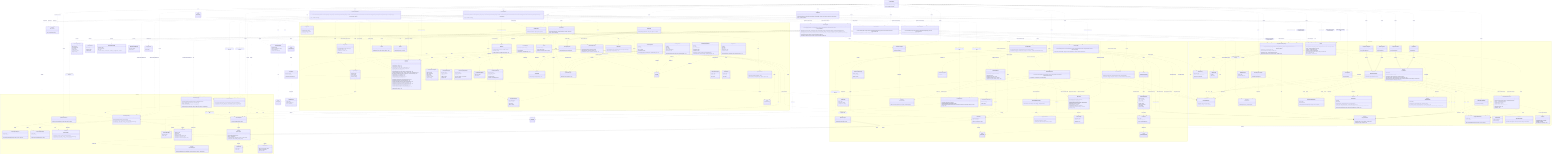
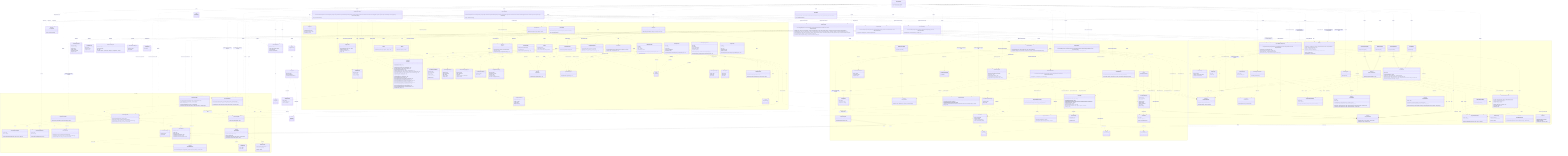
%% Authoritative, system-wide contract chart: every class and every relationship,
%% including the cross-domain interactions between modules.
%% For focused, per-domain views (intra-domain relationships only), see
%% docs/contracts/domains/ (one chart per domain + a README).
classDiagram
  direction TB

  class LicenseWizard {
    +LicenseWizard(args: string[])
    +run() Promise~Answer[]~
  }

  class IWizardMode {
    <<interface>>
    +run() Promise~Answer[]~
  }

  class InteractiveMode {
    +InteractiveMode(licenses: LicenseRepository, config: Config, manifests: ProjectManifestRepository, installer: LicenseInstaller, generator: LicenseGenerator, headers: HeaderApplier, renderer: IRenderer, reporter: IReporter, flags: WizardFlags)
    +run() Promise~Answer[]~
  }

  class NonInteractiveMode {
    +NonInteractiveMode(licenses: LicenseRepository, config: Config, manifests: ProjectManifestRepository, installer: LicenseInstaller, generator: LicenseGenerator, headers: HeaderApplier, reporter: IReporter, flags: WizardFlags, saveTargetByFlag: Record~string, string~)
    +run() Promise~Answer[]~
  }

  class VerifyMode {
    +VerifyMode(verifier: LicenseVerifier, headerVerifier: HeaderVerifier, config: Config, reporter: IReporter, strict: boolean)
    +run() Promise~Answer[]~
  }

  class WizardFlags {
    <<type>>
  }

  class HeaderApplier {
    +HeaderApplier(licenses: LicenseRepository, reader: IFileSystemReader & IPathResolver, writer: IFileSystemWriter)
-     +apply(licenseId: string, style: HeaderStyle, tokens: Record~string, string~, extraIgnores: string[]) Promise~HeaderApplyReport~
-     +preview(licenseId: string, style: HeaderStyle, tokens: Record~string, string~, extraIgnores: string[]) Promise~HeaderPreview | null~
-     +forceApply(licenseId: string, style: HeaderStyle, tokens: Record~string, string~, file: string, options?: object) Promise~HeaderForceReport~
+     +apply(licenseId: string, style: HeaderStyle, comment: HeaderComment, tokens: Record~string, string~, extraIgnores: string[]) Promise~HeaderApplyReport~
+     +preview(licenseId: string, style: HeaderStyle, comment: HeaderComment, tokens: Record~string, string~, extraIgnores: string[]) Promise~HeaderPreview | null~
+     +forceApply(licenseId: string, style: HeaderStyle, comment: HeaderComment, tokens: Record~string, string~, file: string, options?: object) Promise~HeaderForceReport~
    +remove(extraIgnores: string[]) Promise~HeaderRemovalReport~
    +previewRemoval(extraIgnores: string[]) Promise~HeaderRemovalReport~
  }

  class HeaderApplyReport {
    +licenseId: string
    +style: HeaderStyle
    +total: number
    +written: number
    +unchanged: number
    +skipped: string[]
  }

  class HeaderPreview {
    +files: string[]
    +skipped: string[]
    +sample: string
  }

  class HeaderForceReport {
    +licenseId: string
    +style: HeaderStyle
    +file: string
    +outcome: "written" | "unchanged" | "missing" | "unsupported" | "outside"
  }

  class HeaderRemovalReport {
    +removed: string[]
    +total: number
  }

  class LicenseInstaller {
    +LicenseInstaller(config: Config, manifests: ProjectManifestRepository, generator: LicenseGenerator)
    +install(selection: LicenseSelection) Promise~void~
  }

  class LicenseVerifier {
    +LicenseVerifier(config: Config, manifests: ProjectManifestRepository, generator: LicenseGenerator, reader: IFileSystemReader)
    +verify(options: VerifyOptions) Promise~VerifyOutcome~
  }

  class LicenseSelection {
    +licenseId: string
    +tokens: Record~string, string~
    +save: ConfigSave
    +headers?: HeaderConfig
  }

  class ConfigSave {
    <<union>>
  }

  class VerifyOptions {
    +fix: boolean
  }

  class VerifyOutcome {
    <<union>>
  }

  class VerifyReport {
    +licenseId: string
    +license: DriftStatus
    +manifests: ManifestCheck[]
  }

  class ManifestCheck {
    +name: string
    +declared: string | null
    +status: DriftStatus
  }

  class DriftStatus {
    <<union>>
  }

  namespace CLI {
    class FlagParser {
      +FlagParser(flags: object)
      +parse(args: string[]) object
      +formatHelp() string
    }

    class Orchestrator {
      +Orchestrator(repository: QuestionRepository, renderer: IRenderer)
      +run() Promise~Answer[]~
    }

    class IRenderer {
      <<interface>>
      +render(question: Question) Promise~Answer~
      +onCancel() string
      +complete(summary: CompletionSummary) void
    }

    class CompletionSummary {
      +licenseId: string
      +customized: boolean
      +savedTo: string
      +manifests: string[]
      +headers?: CompletionHeaders
    }

    class CompletionHeaders {
      +style: HeaderStyle
      +written: number
      +total: number
      +skipped: string[]
    }

    class ProgressBar {
      +ProgressBar(label: string, out?: object)
      +start(total: number) void
      +update(done: number) void
      +stop() void
    }

    class ClackRenderer {
      +ClackRenderer(meta: object, spinner: Spinner)
    }

    class IReporter {
      <<interface>>
      +usage(options: string) void
      +version(version: string) void
      +tokens(licenseId: string, slots: TemplateSlot[]) void
      +generated(licenseId: string, savedTo: string) void
      +dryRun(report: DryRunReport) void
      +missingFields(licenseId: string, missing: TemplateSlot[]) void
      +unknownFields(licenseId: string, unknown: string[], slots: TemplateSlot[]) void
      +licenseNotFound(licenseId: string, suggestions: LicenseIndexEntry[]) void
      +verifyMatch(report: VerifyReport) void
      +verifyFixed(report: VerifyReport) void
      +verifyMismatch(report: VerifyReport) void
      +headersNoFiles(licenseId: string) void
      +headersGenerated(report: HeaderGenerateReport) void
      +headersDryRun(report: HeaderDryRunReport) void
      +headersForceApplied(report: HeaderForceApplyReport) void
      +headersRemoved(report: HeaderRemoveReport) void
      +headersRemoveDryRun(report: HeaderRemoveReport) void
      +headersVerifyMatch(report: HeaderVerifyReport) void
      +headersVerifyFixed(report: HeaderVerifyReport) void
      +headersVerifyMismatch(report: HeaderVerifyReport) void
      +error(message: string) void
    }

    class HeaderGenerateReport {
      +licenseId: string
      +style: HeaderStyle
      +total: number
      +written: number
      +unchanged: number
      +skipped: string[]
    }

    class HeaderDryRunReport {
      +licenseId: string
      +style: HeaderStyle
      +files: string[]
      +skipped: string[]
      +sample: string
    }

    class HeaderForceApplyReport {
      +licenseId: string
      +style: HeaderStyle
      +file: string
      +outcome: "written" | "unchanged"
      +dryRun: boolean
    }

    class HeaderRemoveReport {
      +removed: string[]
      +total: number
    }

    class DryRunReport {
      +licenseId: string
      +content: string
      +save: ConfigSave
      +manifests: string[]
    }

    class MessageReporter {
      +MessageReporter(sink: IOutputSink)
    }

    class CliReporter {
      +CliReporter(programName: string, out?: object, err?: object)
    }

    class IOutputSink {
      <<interface>>
      +emit(message: OutputMessage) void
    }

    class StreamSink {
      +StreamSink(presenter: ReportPresenter, out?: object, err?: object)
      +emit(message: OutputMessage) void
    }

    class RecordingSink {
      +RecordingSink()
      +emit(message: OutputMessage) void
      +messages: OutputMessage[]
    }

    class ReportPresenter {
      +ReportPresenter(programName: string)
      +present(message: OutputMessage, options: object) string
    }

    class OutputMessage {
      <<union>>
    }

    class Banner {
      +buildBanner(meta: object, options: object) string
    }

    class Spinner {
      +start(handle: object) Function
    }

    class QuestionRepository {
      +QuestionRepository(questions: Question[])
      +getByIndex(index: number) Question | null
      +insertAt(index: number, questions: Question[]) void
    }

    class QuestionLifecycle {
      +inject(questions: Question[]) void
    }

    class Question {
      <<union>>
    }

    class TextQuestion {
      +id: string
      +text: string
      +type: "text"
      +defaultValue: string
      +required?: boolean
      +onAnswer(answer: Answer, lifecycle: QuestionLifecycle) void
    }

    class ConfirmQuestion {
      +id: string
      +text: string
      +type: "confirm"
      +defaultValue: boolean
      +onAnswer(answer: Answer, lifecycle: QuestionLifecycle) void
    }

    class AutocompleteQuestion {
      +id: string
      +text: string
      +type: "autocomplete"
      +defaultValue: string
      +required?: boolean
      +search(query: string) Promise~AutocompleteOption[]~
      +onAnswer(answer: Answer, lifecycle: QuestionLifecycle) void
    }

    class AutocompleteOption {
      +value: string
      +label: string
      +hint: string
    }

    class SelectQuestion {
      +id: string
      +text: string
      +type: "select"
      +options: SelectOption[]
      +defaultValue: string
      +onAnswer(answer: Answer, lifecycle: QuestionLifecycle) void
    }

    class SelectOption {
      +value: string
      +label: string
      +hint: string
    }

    class Answer {
      +questionId: string
      +value: string | boolean
      +fields: Record~string, string | boolean~
    }
  }

  namespace Licensing {
    class LicenseRepository {
      +LicenseRepository(source: ILicenseSource)
      +search(query: string) Promise~LicenseIndexEntry[]~
      +suggest(query: string, limit: number) Promise~LicenseIndexEntry[]~
      +getLicense(licenseId: string) Promise~LicenseDetail~
    }

    class LicenseRepositoryError {
      +name: string
      +cause: unknown
      +LicenseRepositoryError(message: string, cause?: unknown)
    }

    class LicenseNotFoundError {
      +name: string
      +licenseId: string
      +LicenseNotFoundError(licenseId: string)
    }

    class ILicenseSource {
      <<interface>>
      +search(query: string) Promise~LicenseIndexEntry[]~
      +suggest(query: string, limit: number) Promise~LicenseIndexEntry[]~
      +fetchLicense(licenseId: string) Promise~LicenseDetail~
    }

    class SpdxLicenseSource {
      +SpdxLicenseSource(ttlMs?: number, timeoutMs?: number)
    }

    class LicenseIndexEntry {
      +licenseId: string
      +name: string
    }

    class LicenseDetail {
      +licenseId: string
      +name: string
      +licenseText: string
      +standardLicenseTemplate?: string
      +standardLicenseHeader?: string
      +standardLicenseHeaderTemplate?: string
    }

    class SpdxTemplate {
      <<abstract>>
      +SpdxTemplate(template: string)
      +slots() TemplateSlot[]
      +resolveSlots(entries: Map~string, string~) SlotResolution
      +render(values: Record~string, string~) string
    }

    class LicenseTemplate {
      +LicenseTemplate(template: string)
    }

    class LicenseCopyright {
      +LicenseCopyright(bodyTemplate: string, headerTemplate: string)
      +fromDetail(detail: LicenseDetail)$ LicenseCopyright
      +slots() TemplateSlot[]
      +requiredSlots(fullHeader: boolean) TemplateSlot[]
      +resolveFor(entries: Map~string, string~, fullHeader: boolean) SlotResolution
    }

    class resolveSlotEntries {
      <<function>>
      +resolveSlotEntries(slots: TemplateSlot[], entries: Map~string, string~) SlotResolution
    }

    class TemplateSlot {
      +token: string
      +label: string
    }

    class SlotResolution {
      +values: Record~string, string~
      +missing: TemplateSlot[]
      +unknown: string[]
    }

    class LicenseGenerator {
      +LicenseGenerator(repository: LicenseRepository, writer: IFileSystemWriter)
      +generate(licenseId: string, slotValues?: Record~string, string~) Promise~void~
      +render(licenseId: string, slotValues?: Record~string, string~) Promise~string~
    }
  }

  namespace Configuration {
    class IFileSystemReader {
      <<interface>>
      +read(path: string) Promise~string~
      +exists(path: string) Promise~boolean~
    }

    class IPathResolver {
      <<interface>>
      +realPath(path: string) Promise~string~
    }

    class IFileSystemWriter {
      <<interface>>
      +write(path: string, content: string) Promise~void~
      +delete(path: string) Promise~void~
    }

    class NodeFileSystemReader {
      +NodeFileSystemReader()
    }

    class NodeFileSystemWriter {
      +NodeFileSystemWriter()
    }

    class FileSystemReaderError {
      +name: string
      +cause: unknown
      +FileSystemReaderError(message: string, cause?: unknown)
    }

    class FileSystemWriterError {
      +name: string
      +cause: unknown
      +FileSystemWriterError(message: string, cause?: unknown)
    }

    class WizardConfig {
      +licenseId: string
      +tokens?: Record~string, string~
      +headers?: HeaderConfig
    }

    class HeaderConfig {
      +style: HeaderStyle
+       +comment?: HeaderComment
      +ignore?: string[]
    }

    class parseWizardConfig {
      <<function>>
      +parseWizardConfig(value: unknown, fileName: string) WizardConfig
    }

    class ConfigTarget {
      +id: string
      +label: string
    }

    class IConfigStore {
      <<interface>>
      +id: string
      +label: string
      +available(reader: IFileSystemReader) Promise~boolean~
      +read(reader: IFileSystemReader) Promise~WizardConfig | null~
      +write(reader: IFileSystemReader, writer: IFileSystemWriter, config: WizardConfig) Promise~void~
      +clear(reader: IFileSystemReader, writer: IFileSystemWriter) Promise~void~
    }

    class RcConfigStore {
      +RcConfigStore()
    }

    class ManifestConfigStore {
      <<abstract>>
      +ManifestConfigStore(fileName: string)
    }

    class NpmConfigStore {
      +NpmConfigStore()
    }

    class ComposerConfigStore {
      +ComposerConfigStore()
    }

    class Config {
      +Config(stores: IConfigStore[], reader: IFileSystemReader, writer: IFileSystemWriter)
      +read() Promise~WizardConfig | null~
      +source() Promise~string | null~
      +targets() Promise~ConfigTarget[]~
      +write(config: WizardConfig, targetId: string) Promise~void~
      +clear() Promise~void~
      +clearHeaders() Promise~void~
    }

    class IProjectManifest {
      <<interface>>
      +name: string
      +exists(reader: IFileSystemReader) Promise~boolean~
      +readLicense(reader: IFileSystemReader) Promise~string | null~
      +writeLicense(reader: IFileSystemReader, writer: IFileSystemWriter, licenseId: string) Promise~void~
    }

    class JsonManifest {
      <<abstract>>
      +JsonManifest(fileName: string)
      +name: string
      +exists(reader: IFileSystemReader) Promise~boolean~
      +readLicense(reader: IFileSystemReader) Promise~string | null~
      +writeLicense(reader: IFileSystemReader, writer: IFileSystemWriter, licenseId: string) Promise~void~
      #extractLicenseId(value: unknown)* string | null
    }

    class NpmManifest {
      +NpmManifest()
    }

    class ComposerManifest {
      +ComposerManifest()
    }

    class ProjectManifestRepository {
      +ProjectManifestRepository(manifests: IProjectManifest[], reader: IFileSystemReader, writer: IFileSystemWriter)
      +readLicense() Promise~string | null~
      +writeLicense(licenseId: string) Promise~void~
      +declaredLicenses() Promise~ManifestLicense[]~
      +writeLicenseTo(name: string, licenseId: string) Promise~void~
    }

    class ManifestLicense {
      +name: string
      +licenseId: string | null
    }

    class JsonManifestDocument {
      +read(raw: string, fileName: string)$ JsonManifestDocument
      +empty()$ JsonManifestDocument
      +has(field: string) boolean
      +get(field: string) unknown
      +set(field: string, value: unknown) void
      +delete(field: string) void
      +serialize() string
    }

    class JsonStyle {
      +detect(raw: string)$ JsonStyle
      +default()$ JsonStyle
      +serialize(value: unknown) string
    }
  }

  namespace Headers {
    class HeaderPlan {
      +detail: LicenseDetail
      +style: HeaderStyle
+       +comment: HeaderComment
      +tokens: Record~string, string~
    }

    class HeaderStyle {
+       <<union>>
+     }
+ 
+     class HeaderComment {
      <<union>>
    }

    class HeaderRenderer {
      +HeaderRenderer(plan: HeaderPlan)
      +supportsFull(detail: LicenseDetail)$ boolean
      +fullHeaderHasUnfilledPlaceholders(detail: LicenseDetail, tokens: Record~string, string~)$ boolean
      +body() string
    }

    class HeaderTemplate {
      +HeaderTemplate(template: string)
    }

    class HeaderComposer {
      +HeaderComposer(plan: HeaderPlan)
      +fingerprint() string
      +block(extension: string) string
      +hasManaged(content: string) boolean
      +apply(content: string, filePath: string) string
    }

    class SourceFileScanner {
      +SourceFileScanner(walker: IFileTreeWalker, reader: IFileSystemReader, matchers?: GitignoreMatcherFactory)
      +scan(options?: ScanOptions) Promise~string[]~
    }

    class ScanOptions {
      +root?: string
      +extensions?: string[]
      +extraIgnores?: string[]
    }

    class GitignoreMatcher {
      +GitignoreMatcher(patterns: string[])
      +ignores(path: string, isDirectory: boolean) boolean
    }

    class GitignoreMatcherFactory {
      +fromContent(content: string, extra?: string[]) GitignoreMatcher
    }

    class IFileTreeWalker {
      <<interface>>
      +walk(root: string, skipDirectory: Function) Promise~string[]~
    }

    class NodeFileTreeWalker {
      +NodeFileTreeWalker()
    }

    class HeaderInstaller {
      +HeaderInstaller(reader: IFileSystemReader, writer: IFileSystemWriter)
      +install(files: string[], plan: HeaderPlan, onProgress?: Function) Promise~HeaderInstallSummary~
    }

    class HeaderInstallSummary {
      +written: string[]
      +unchanged: string[]
      +skipped: string[]
    }

    class SourceFile {
      +SourceFile(content: string, path: string)
      +extensionOf(path: string)$ string
-       +commentStyleFor(extension: string)$ CommentStyle
+       +commentStyleFor(extension: string, comment?: HeaderComment)$ CommentStyle
      +hasManagedHeader() boolean
      +canPlaceHeader() boolean
      +withoutManagedHeaders() SourceFile
-       +withManagedHeader(block: string) SourceFile
+       +withManagedHeader(block: string, options?: object) SourceFile
      +toString() string
    }

    class CommentStyle {
      +blockStart: string
      +linePrefix: string
      +blockEnd: string
    }

    class HeaderRemover {
      +HeaderRemover(reader: IFileSystemReader, writer: IFileSystemWriter)
      +remove(files: string[], onProgress?: Function) Promise~HeaderRemoveSummary~
    }

    class HeaderRemoveSummary {
      +removed: string[]
      +total: number
    }

    class HeaderVerifier {
      +HeaderVerifier(scanner: SourceFileScanner, reader: IFileSystemReader, writer: IFileSystemWriter, licenses: LicenseRepository)
      +verify(config: WizardConfig, options: HeaderVerifyOptions) Promise~HeaderVerifyOutcome~
    }

    class HeaderVerifyOptions {
      +fix: boolean
    }

    class HeaderVerifyOutcome {
      <<union>>
    }

    class HeaderVerifyReport {
      +licenseId: string
      +style: HeaderStyle
      +total: number
      +matched: string[]
      +missing: string[]
      +drifted: HeaderDrift[]
      +fixed: string[]
      +skipped: string[]
    }

    class HeaderDrift {
      +file: string
      +declares: object | null
      +reason: HeaderDriftReason
    }

    class HeaderDriftReason {
      <<union>>
    }
  }

  TextQuestion ..|> Question : member of
  ConfirmQuestion ..|> Question : member of
  AutocompleteQuestion ..|> Question : member of
  SelectQuestion ..|> Question : member of
  TextQuestion ..> QuestionLifecycle : onAnswer receives
  ConfirmQuestion ..> QuestionLifecycle : onAnswer receives
  AutocompleteQuestion ..> QuestionLifecycle : onAnswer receives
  SelectQuestion ..> QuestionLifecycle : onAnswer receives
  SelectQuestion ..> SelectOption : offers
  Orchestrator ..> QuestionLifecycle : creates
  ClackRenderer ..|> IRenderer : implements
  ClackRenderer ..> Spinner : uses
  ClackRenderer ..> Banner : renders
  IRenderer ..> CompletionSummary : renders
  ClackRenderer ..> CompletionSummary : renders
  MessageReporter ..|> IReporter : implements
  CliReporter --|> MessageReporter : terminal wiring
  MessageReporter ..> IOutputSink : emits to
  MessageReporter ..> OutputMessage : builds
  StreamSink ..|> IOutputSink : implements
  RecordingSink ..|> IOutputSink : implements
  StreamSink ..> ReportPresenter : renders with
  ReportPresenter ..> OutputMessage : renders
  CliReporter ..> StreamSink : wires
  CliReporter ..> ReportPresenter : wires
  MessageReporter ..> TemplateSlot : reads
  MessageReporter ..> VerifyReport : reads
  MessageReporter ..> DryRunReport : reads
  %% Composition root: LicenseWizard parses flags, builds the shared graph, and
  %% delegates each run to one of the three modes through IWizardMode.
  LicenseWizard ..> FlagParser : uses
  LicenseWizard ..> WizardFlags : parses
  LicenseWizard ..> CliReporter : creates
  LicenseWizard ..> IReporter : reports usage through
  LicenseWizard ..> ClackRenderer : creates
  LicenseWizard ..> SpdxLicenseSource : creates
  LicenseWizard ..> LicenseRepository : creates
  LicenseWizard ..> LicenseGenerator : creates
  LicenseWizard ..> LicenseInstaller : creates
  LicenseWizard ..> HeaderApplier : creates
  LicenseWizard ..> LicenseVerifier : creates
  LicenseWizard ..> IWizardMode : delegates the run to
  LicenseWizard ..> InteractiveMode : creates
  LicenseWizard ..> NonInteractiveMode : creates
  LicenseWizard ..> VerifyMode : creates
  InteractiveMode ..|> IWizardMode : implements
  NonInteractiveMode ..|> IWizardMode : implements
  VerifyMode ..|> IWizardMode : implements

  %% Interactive mode: the prompt-driven setup flow.
  InteractiveMode ..> ClackRenderer : renders through
  InteractiveMode ..> IRenderer : reports completion through
  InteractiveMode ..> Orchestrator : creates
  InteractiveMode ..> QuestionRepository : creates
  InteractiveMode ..> LicenseRepository : searches and resolves with
  InteractiveMode ..> LicenseTemplate : creates
  InteractiveMode ..> HeaderRenderer : checks full-header support with
  InteractiveMode ..> LicenseInstaller : applies selection through
  InteractiveMode ..> HeaderApplier : applies headers through
  InteractiveMode ..> LicenseGenerator : renders dry-run preview through
  InteractiveMode ..> Config : reads config and targets from
  InteractiveMode ..> ProjectManifestRepository : reads and reports manifests through
  InteractiveMode ..> IReporter : reports dry-run through
  InteractiveMode ..> LicenseSelection : builds
  InteractiveMode ..> DryRunReport : builds

  %% Non-interactive mode: flag-driven generation, apply-config, and removal.
  NonInteractiveMode ..> LicenseRepository : resolves and suggests with
  NonInteractiveMode ..> LicenseTemplate : creates
  NonInteractiveMode ..> HeaderRenderer : checks full-header support with
  NonInteractiveMode ..> LicenseInstaller : applies selection through
  NonInteractiveMode ..> HeaderApplier : applies headers through
  NonInteractiveMode ..> LicenseGenerator : renders dry-run preview through
  NonInteractiveMode ..> Config : reads config and clears headers through
  NonInteractiveMode ..> ProjectManifestRepository : reports manifests through
  NonInteractiveMode ..> IReporter : reports through
  NonInteractiveMode ..> LicenseSelection : builds
  NonInteractiveMode ..> DryRunReport : builds
  NonInteractiveMode ..> LicenseNotFoundError : handles

  %% Verify mode: LICENSE/manifest and source-header verification.
  VerifyMode ..> LicenseVerifier : verifies through
  VerifyMode ..> HeaderVerifier : verifies headers through
  VerifyMode ..> Config : reads config from
  VerifyMode ..> IReporter : reports through

  LicenseInstaller ..> Config : uses
  LicenseInstaller ..> ProjectManifestRepository : writes selection to
  LicenseInstaller ..> LicenseGenerator : uses
  LicenseInstaller ..> LicenseSelection : applies
  LicenseVerifier ..> Config : reads config from
  LicenseVerifier ..> ProjectManifestRepository : checks and reconciles manifests through
  LicenseVerifier ..> LicenseGenerator : re-renders and rewrites with
  LicenseVerifier ..> IFileSystemReader : reads LICENSE through
  LicenseVerifier ..> VerifyOptions : configured by
  LicenseVerifier ..> VerifyOutcome : returns
  VerifyOutcome ..> VerifyReport : carries
  VerifyReport ..> ManifestCheck : aggregates
  VerifyReport ..> DriftStatus : statuses by
  ManifestCheck ..> DriftStatus : status by
  ProjectManifestRepository ..> ManifestLicense : produces
  LicenseSelection ..> ConfigSave : has
  DryRunReport ..> ConfigSave : carries
  Orchestrator ..> QuestionRepository : gets questions from
  Orchestrator ..> IRenderer : feeds questions to
  ClackRenderer ..> Question : renders
  QuestionRepository ..> Question : produces
  AutocompleteQuestion ..> AutocompleteOption : search produces
  Orchestrator ..> Answer : collects
  SpdxLicenseSource ..|> ILicenseSource : implements
  LicenseRepository ..> ILicenseSource : uses
  LicenseRepository ..> LicenseIndexEntry : produces
  LicenseRepository ..> LicenseDetail : produces
  LicenseRepository ..> LicenseRepositoryError : throws
  LicenseRepository ..> LicenseNotFoundError : throws
  SpdxLicenseSource ..> LicenseNotFoundError : throws
  MessageReporter ..> LicenseIndexEntry : reads
  LicenseGenerator ..> LicenseRepository : uses
  LicenseGenerator ..> IFileSystemWriter : uses
  LicenseGenerator ..> LicenseTemplate : uses
  LicenseTemplate --|> SpdxTemplate : extends
  LicenseCopyright ..> LicenseTemplate : parses body and header with
  LicenseCopyright ..> resolveSlotEntries : resolves with
  SpdxTemplate ..> resolveSlotEntries : resolves with
  HeaderTemplate --|> SpdxTemplate : extends
  SpdxTemplate ..> TemplateSlot : produces
  SpdxTemplate ..> SlotResolution : produces
  NodeFileSystemReader ..|> IFileSystemReader : implements
  NodeFileSystemReader ..|> IPathResolver : implements
  NodeFileSystemWriter ..|> IFileSystemWriter : implements
  NodeFileSystemReader ..> FileSystemReaderError : throws
  NodeFileSystemWriter ..> FileSystemWriterError : throws
  Config ..> IConfigStore : coordinates
  Config ..> IFileSystemReader : uses
  Config ..> IFileSystemWriter : uses
  Config ..> WizardConfig : produces
  Config ..> ConfigTarget : produces
  Config ..> FileSystemWriterError : throws
  RcConfigStore ..|> IConfigStore : implements
  ManifestConfigStore ..|> IConfigStore : implements
  NpmConfigStore --|> ManifestConfigStore : extends
  ComposerConfigStore --|> ManifestConfigStore : extends
  RcConfigStore ..> IFileSystemReader : uses
  RcConfigStore ..> IFileSystemWriter : uses
  RcConfigStore ..> FileSystemReaderError : throws
  RcConfigStore ..> FileSystemWriterError : throws
  ManifestConfigStore ..> IFileSystemReader : uses
  ManifestConfigStore ..> IFileSystemWriter : uses
  ManifestConfigStore ..> FileSystemReaderError : throws
  ManifestConfigStore ..> FileSystemWriterError : throws
  JsonManifest ..|> IProjectManifest : implements
  NpmManifest --|> JsonManifest : extends
  ComposerManifest --|> JsonManifest : extends
  JsonManifest ..> IFileSystemReader : uses
  JsonManifest ..> IFileSystemWriter : uses
  JsonManifest ..> FileSystemReaderError : throws
  JsonManifest ..> FileSystemWriterError : throws
  JsonManifest ..> JsonManifestDocument : reads & writes through
  ManifestConfigStore ..> JsonManifestDocument : reads & writes through
  JsonManifestDocument ..> JsonStyle : preserves formatting with
  JsonManifestDocument ..> FileSystemWriterError : throws
  ProjectManifestRepository ..> IProjectManifest : coordinates
  ProjectManifestRepository ..> IFileSystemReader : uses
  ProjectManifestRepository ..> IFileSystemWriter : uses
  LicenseWizard ..> NodeFileSystemReader : creates
  LicenseWizard ..> NodeFileSystemWriter : creates
  LicenseWizard ..> Config : creates
  LicenseWizard ..> RcConfigStore : creates
  LicenseWizard ..> NpmConfigStore : creates
  LicenseWizard ..> ComposerConfigStore : creates
  LicenseWizard ..> NpmManifest : creates
  LicenseWizard ..> ComposerManifest : creates
  LicenseWizard ..> ProjectManifestRepository : creates
  LicenseWizard ..> HeaderVerifier : creates
  LicenseWizard ..> SourceFileScanner : creates
  LicenseWizard ..> NodeFileTreeWalker : creates
  %% HeaderApplier owns the source-file header surface for both write modes.
  HeaderApplier ..> SourceFileScanner : creates
  HeaderApplier ..> NodeFileTreeWalker : creates
  HeaderApplier ..> HeaderInstaller : creates
  HeaderApplier ..> HeaderInstaller : writes headers through
  HeaderApplier ..> HeaderRemover : creates
  HeaderApplier ..> HeaderRemover : removes headers through
  HeaderApplier ..> SourceFile : previews removal with
  HeaderApplier ..> HeaderComposer : previews header block with
  HeaderApplier ..> ProgressBar : drives header progress with
  HeaderApplier ..> HeaderPlan : builds
  HeaderApplier ..> LicenseRepository : fetches header detail through
  HeaderApplier ..> HeaderApplyReport : produces
  HeaderApplier ..> HeaderPreview : produces
  HeaderApplier ..> HeaderForceReport : produces
  HeaderApplier ..> IPathResolver : confines forced writes through
  HeaderApplier ..> HeaderRemovalReport : produces
  MessageReporter ..> HeaderGenerateReport : reads
  MessageReporter ..> HeaderDryRunReport : reads
  MessageReporter ..> HeaderForceApplyReport : reads
  MessageReporter ..> HeaderRemoveReport : reads
  MessageReporter ..> HeaderVerifyReport : reads
  MessageReporter ..> HeaderDrift : reduces drift from
  HeaderConfig ..> HeaderStyle : style by
+   HeaderConfig ..> HeaderComment : comment by
  HeaderPlan ..> LicenseDetail : carries
  HeaderPlan ..> HeaderStyle : styled by
+   HeaderPlan ..> HeaderComment : commented as
+   SourceFile ..> HeaderComment : selects opener by
  HeaderRenderer ..> HeaderPlan : renders
  HeaderRenderer ..> HeaderTemplate : substitutes header template with
  HeaderComposer ..> HeaderPlan : composes
  HeaderComposer ..> HeaderRenderer : renders body with
  HeaderInstaller ..> HeaderComposer : applies header with
  HeaderInstaller ..> HeaderPlan : applies
  HeaderInstaller ..> IFileSystemReader : reads files through
  HeaderInstaller ..> IFileSystemWriter : writes files through
  HeaderInstaller ..> HeaderInstallSummary : produces
  HeaderRemover ..> SourceFile : strips header through
  HeaderRemover ..> IFileSystemReader : reads files through
  HeaderRemover ..> IFileSystemWriter : writes files through
  HeaderRemover ..> HeaderRemoveSummary : produces
  HeaderComposer ..> SourceFile : places header through
  SourceFile ..> CommentStyle : wraps with
  SourceFileScanner ..> SourceFile : derives extension with
  HeaderVerifier ..> SourceFileScanner : rediscovers files through
  HeaderVerifier ..> HeaderComposer : compares against
  HeaderVerifier ..> LicenseRepository : fetches header detail through
  HeaderVerifier ..> IFileSystemReader : reads files through
  HeaderVerifier ..> IFileSystemWriter : rewrites files through
  HeaderVerifier ..> WizardConfig : verifies against
  HeaderVerifier ..> HeaderVerifyOptions : configured by
  HeaderVerifier ..> HeaderVerifyOutcome : returns
  HeaderVerifyOutcome ..> HeaderVerifyReport : carries
  HeaderVerifyReport ..> HeaderDrift : details drift by
  HeaderDrift ..> HeaderDriftReason : explained by
  HeaderVerifier ..> HeaderDrift : classifies drift into
  SourceFileScanner ..> IFileTreeWalker : walks with
  SourceFileScanner ..> IFileSystemReader : reads .gitignore through
  SourceFileScanner ..> GitignoreMatcherFactory : builds matchers with
  SourceFileScanner ..> GitignoreMatcher : filters with
  SourceFileScanner ..> ScanOptions : configured by
  GitignoreMatcherFactory ..> GitignoreMatcher : creates
  NodeFileTreeWalker ..|> IFileTreeWalker : implements
  ClackRenderer ..> CompletionHeaders : renders
  CompletionSummary ..> CompletionHeaders : carries
